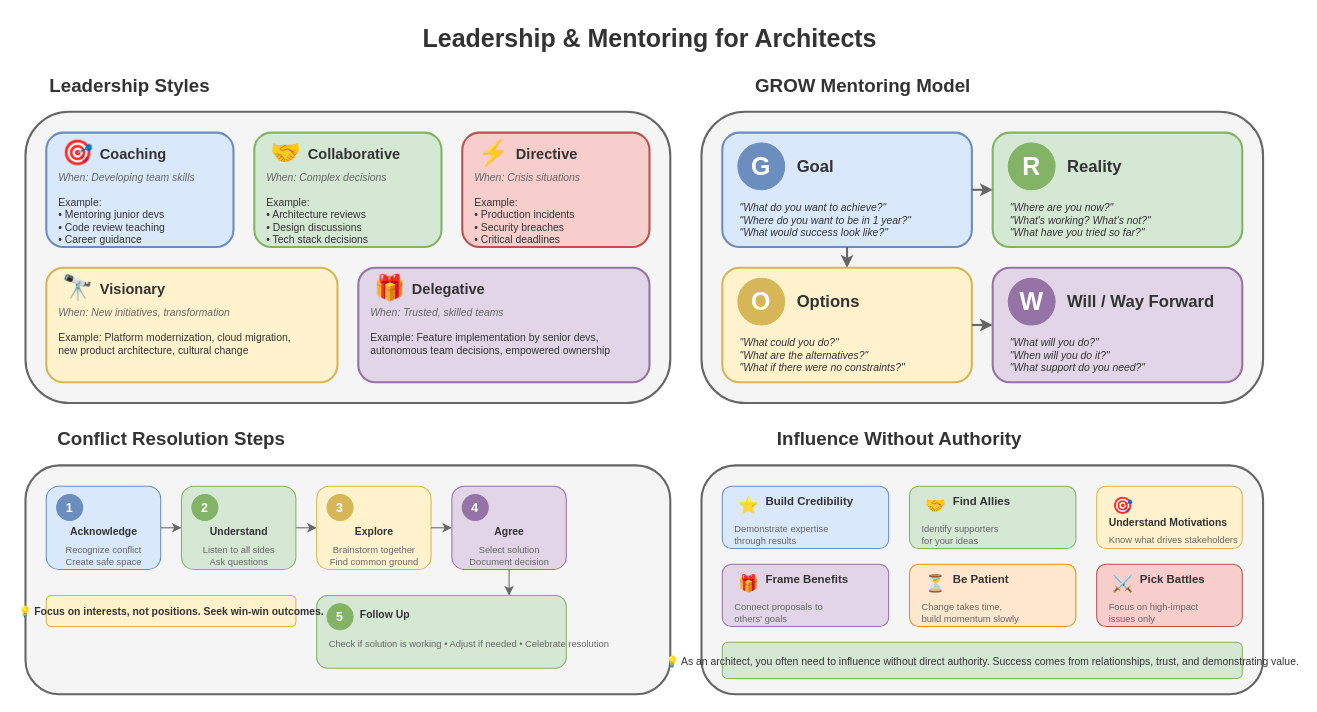
Earlier version of the draw.io diagram lesson-10-soft-skills/diagrams/2.1-leadership-mentoring.drawio (MrParkerZ7/document-lesson-software-architect-x-claude). Source tidied: cells renumbered, new cells numbered last; positions are measured from the earlier drawing's top-left corner, leaving out a move shared by most shapes. Both pictures are drawn from the tidied source at 104%, with x=0, y=0 at pixel (25, 18).
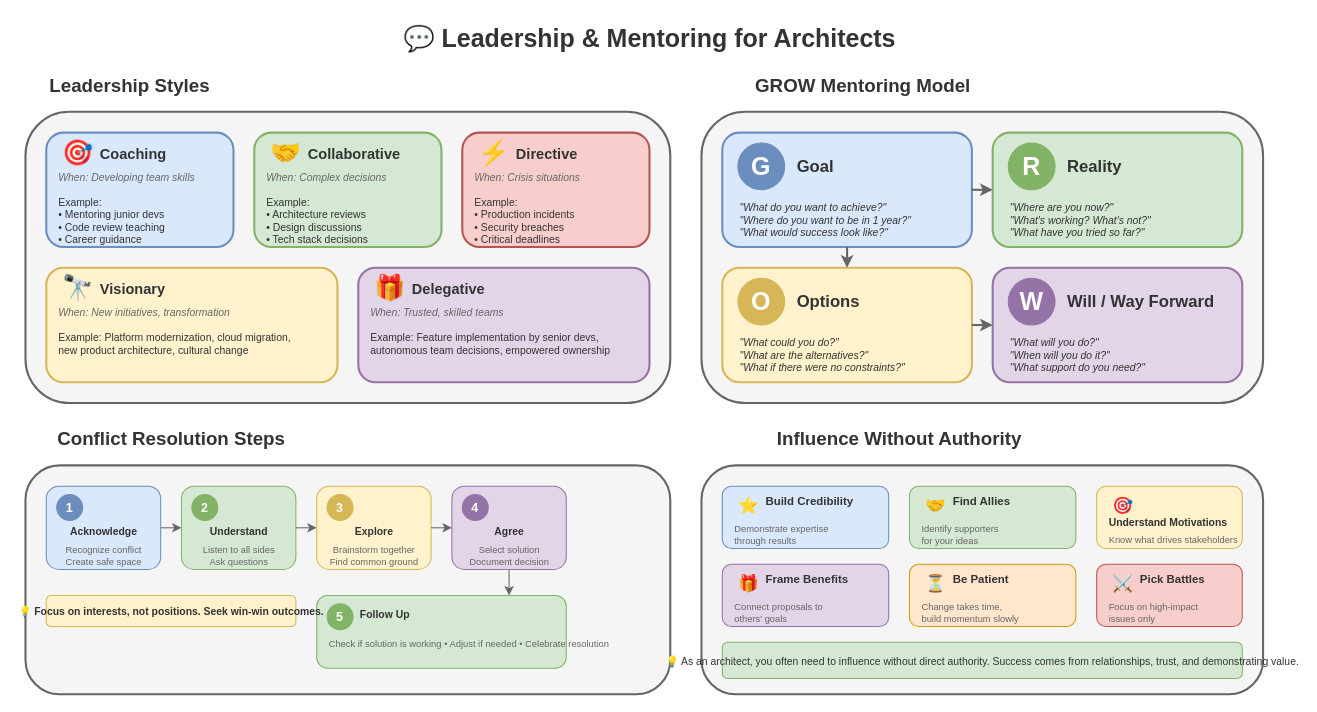
Above is the later version.

What changed in the source:
```diff
@@
-    <mxCell id="2" value="Leadership &amp; Mentoring for Architects" style="text;html=1;strokeColor=none;fillColor=none;align=center;verticalAlign=middle;fontSize=24;fontStyle=1;fontColor=#333333;" parent="1" vertex="1">
+    <mxCell id="2" value="💬 Leadership &amp; Mentoring for Architects" style="text;html=1;strokeColor=none;fillColor=none;align=center;verticalAlign=middle;fontSize=24;fontStyle=1;fontColor=#333333;" parent="1" vertex="1">
       <mxGeometry x="300" width="600" height="40" as="geometry" />
     </mxCell>
```
